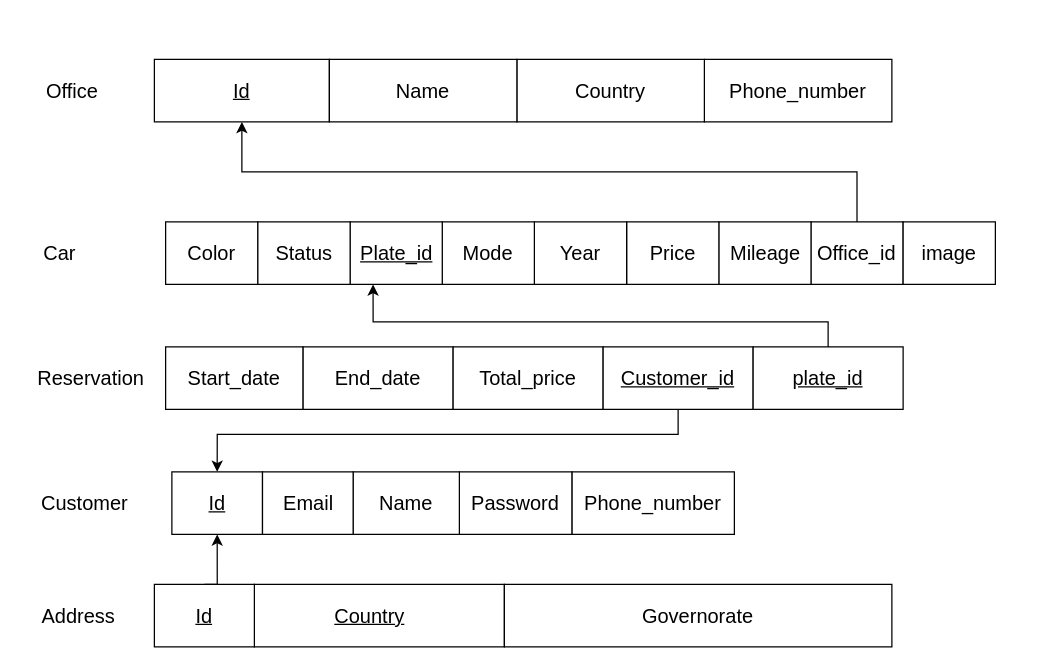
Earlier version of the draw.io diagram diagrams/relitnal_schema.drawio (DiaaAhmedHassan/car_rental_database). Source tidied: cells renumbered, new cells numbered last; positions are measured from the earlier drawing's top-left corner, leaving out a move shared by most shapes. Both pictures are drawn from the tidied source at 125%, with x=0, y=0 at pixel (21, 21).
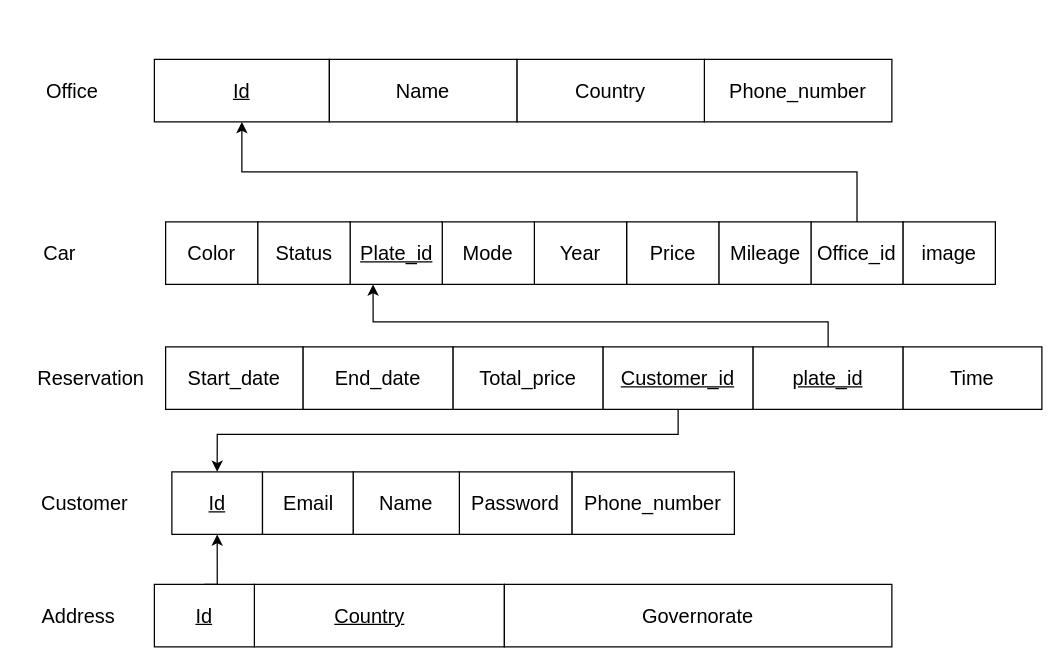
The same page after the edit.

The edit, as a diff of the source:
```diff
@@
+    <mxCell id="44" value="&lt;font style=&quot;font-size: 16px;&quot;&gt;Time&lt;/font&gt;" style="rounded=0;whiteSpace=wrap;html=1;" parent="1" vertex="1">
+      <mxGeometry x="705" y="260" width="111" height="50" as="geometry" />
+    </mxCell>
```
